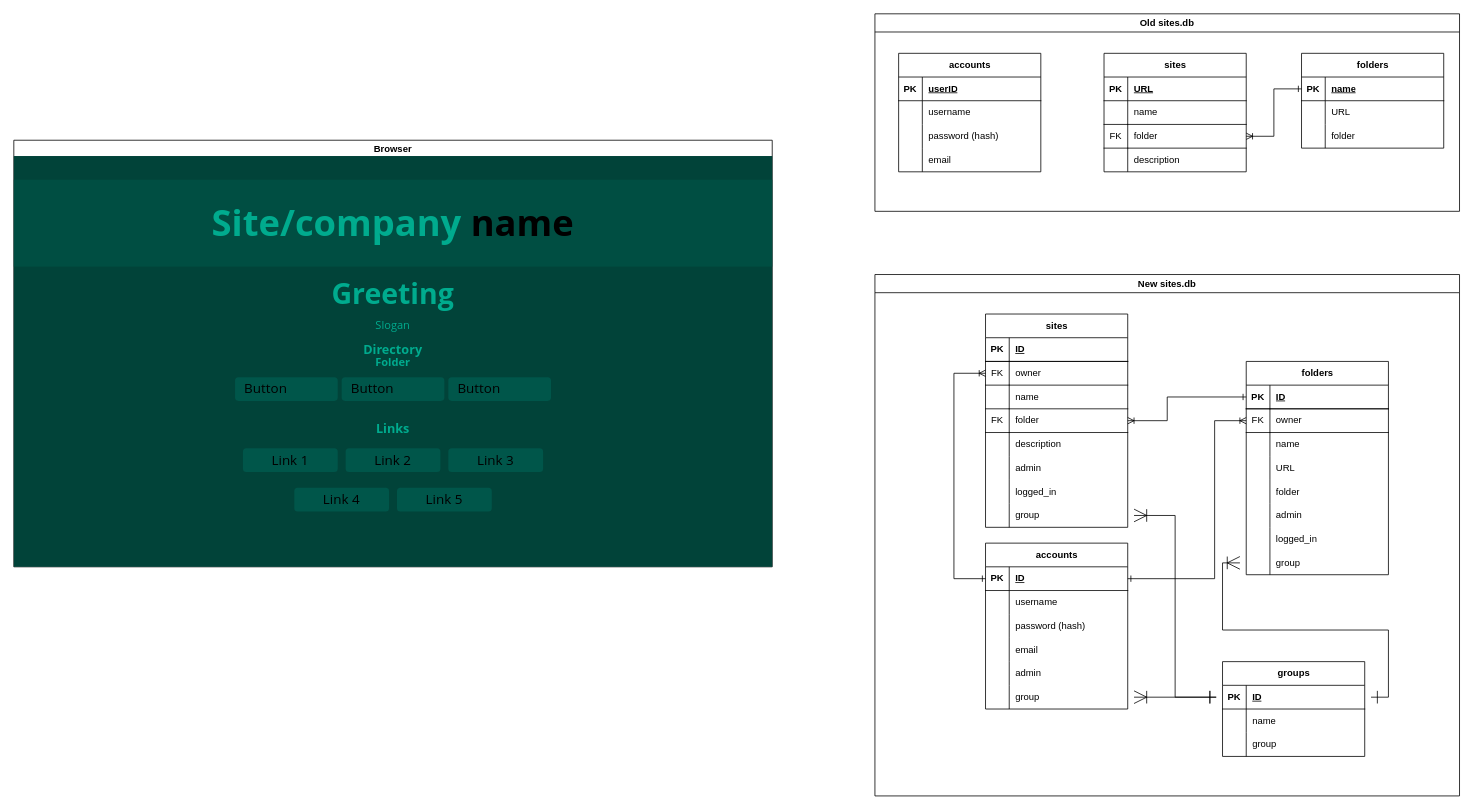
Before: Database Structure.drawio in Apple-tree-creator/BHS-Student_Portal-Flask_DB, a draw.io diagram. Source tidied: cells renumbered, new cells numbered last; positions are measured from the earlier drawing's top-left corner, leaving out a move shared by most shapes. Both pictures are drawn from the tidied source at 79%, with x=0, y=0 at pixel (13, 13).
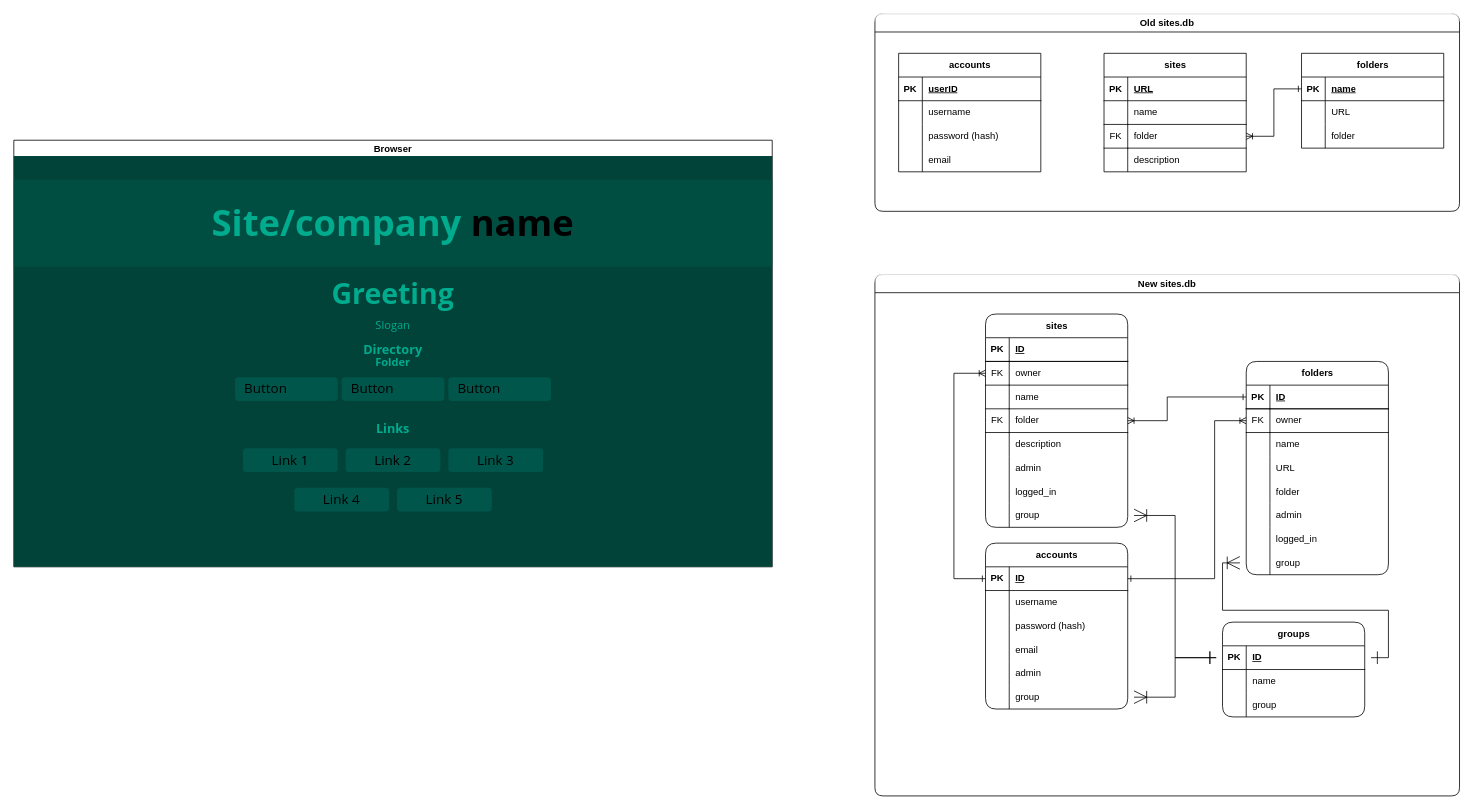
The same diagram, later.

Diff of the diagram source:
```diff
@@
-    <mxCell id="2" value="Old sites.db" style="swimlane;whiteSpace=wrap;html=1;" parent="1" vertex="1">
+    <mxCell id="2" value="Old sites.db" style="swimlane;whiteSpace=wrap;html=1;rounded=1;glass=1;" parent="1" vertex="1">
       <mxGeometry x="1090" width="740" height="250" as="geometry" />
     </mxCell>
@@
-    <mxCell id="40" value="New sites.db" style="swimlane;whiteSpace=wrap;html=1;" parent="1" vertex="1">
+    <mxCell id="40" value="New sites.db" style="swimlane;whiteSpace=wrap;html=1;rounded=1;glass=1;swimlaneLine=1;" parent="1" vertex="1">
       <mxGeometry x="1090" y="330" width="740" height="660" as="geometry" />
     </mxCell>
-    <mxCell id="41" value="accounts" style="shape=table;startSize=30;childLayout=tableLayout;rowLines=0;fontStyle=1;align=center;html=1;" parent="40" vertex="1">
+    <mxCell id="41" value="accounts" style="shape=table;startSize=30;childLayout=tableLayout;rowLines=0;fontStyle=1;align=center;html=1;rounded=1;" parent="40" vertex="1">
       <mxGeometry x="140" y="340" width="180" height="210" as="geometry" />
     </mxCell>
@@
-    <mxCell id="60" value="sites" style="shape=table;startSize=30;childLayout=tableLayout;rowLines=0;fontStyle=1;align=center;html=1;" parent="40" vertex="1">
+    <mxCell id="60" value="sites" style="shape=table;startSize=30;childLayout=tableLayout;rowLines=0;fontStyle=1;align=center;html=1;rounded=1;" parent="40" vertex="1">
       <mxGeometry x="140" y="50" width="180" height="270" as="geometry" />
     </mxCell>
@@
-    <mxCell id="85" value="folders" style="shape=table;startSize=30;childLayout=tableLayout;rowLines=0;fontStyle=1;align=center;html=1;" parent="40" vertex="1">
+    <mxCell id="85" value="folders" style="shape=table;startSize=30;childLayout=tableLayout;rowLines=0;fontStyle=1;align=center;html=1;rounded=1;" parent="40" vertex="1">
       <mxGeometry x="470" y="110" width="180" height="270" as="geometry" />
     </mxCell>
@@
-    <mxCell id="113" value="groups" style="shape=table;startSize=30;childLayout=tableLayout;rowLines=0;fontStyle=1;align=center;html=1;" parent="40" vertex="1">
-      <mxGeometry x="440" y="490" width="180" height="120" as="geometry" />
+    <mxCell id="113" value="groups" style="shape=table;startSize=30;childLayout=tableLayout;rowLines=0;fontStyle=1;align=center;html=1;rounded=1;" parent="40" vertex="1">
+      <mxGeometry x="440" y="440" width="180" height="120" as="geometry" />
     </mxCell>
```
